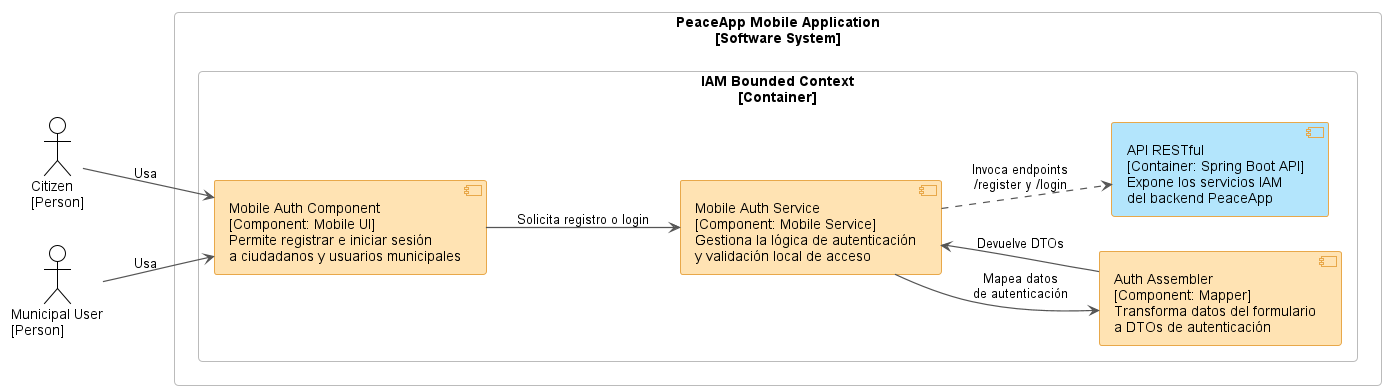
This is assets/component-mobileapp-iam.png from PeaceApp-Emergentes/project-report, a PlantUML export, as it was before one commit. Source of this version:
```plantuml
@startuml component-mobileapp-iam
!theme plain
left to right direction

skinparam backgroundColor #FFFFFF
skinparam shadowing false
skinparam defaultFontName Arial
skinparam ArrowColor #555555
skinparam ArrowThickness 1.2

skinparam rectangle {
  BorderColor #BBBBBB
  BackgroundColor #FFFFFF
  FontColor #000000
  RoundCorner 8
}

skinparam component {
  BorderColor #E8A84A
  BackgroundColor #FFE3B3
  FontColor #000000
}

actor "Citizen\n[Person]" as Citizen
actor "Municipal User\n[Person]" as MunicipalUser

rectangle "PeaceApp Mobile Application\n[Software System]" as MobileSystem {

  rectangle "IAM Bounded Context\n[Container]" as IAMContext {

    component "Mobile Auth Component\n[Component: Mobile UI]\nPermite registrar e iniciar sesión\na ciudadanos y usuarios municipales" as MobileAuthComponent

    component "Mobile Auth Service\n[Component: Mobile Service]\nGestiona la lógica de autenticación\ny validación local de acceso" as MobileAuthService

    component "Auth Assembler\n[Component: Mapper]\nTransforma datos del formulario\na DTOs de autenticación" as AuthAssembler

    component "API RESTful\n[Container: Spring Boot API]\nExpone los servicios IAM\ndel backend PeaceApp" as ApiRest #B3E5FC
  }
}

Citizen --> MobileAuthComponent : Usa
MunicipalUser --> MobileAuthComponent : Usa

MobileAuthComponent --> MobileAuthService : Solicita registro o login
MobileAuthService --> AuthAssembler : Mapea datos\nde autenticación
AuthAssembler --> MobileAuthService : Devuelve DTOs
MobileAuthService ..> ApiRest : Invoca endpoints\n/register y /login

@enduml
```
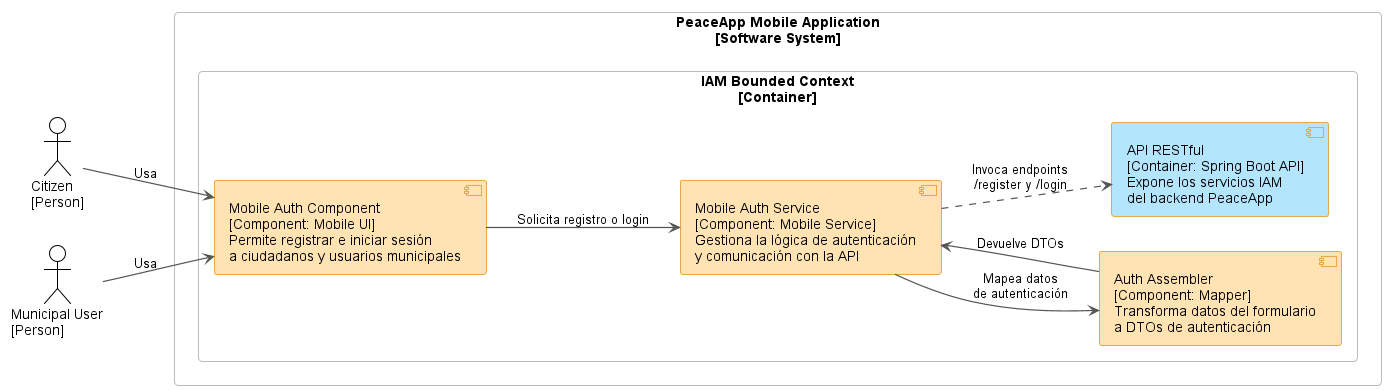
Later version of the same file.

What changed in the source:
```diff
@@ -30,7 +30,7 @@
 
     component "Mobile Auth Component\n[Component: Mobile UI]\nPermite registrar e iniciar sesión\na ciudadanos y usuarios municipales" as MobileAuthComponent
 
-    component "Mobile Auth Service\n[Component: Mobile Service]\nGestiona la lógica de autenticación\ny validación local de acceso" as MobileAuthService
+    component "Mobile Auth Service\n[Component: Mobile Service]\nGestiona la lógica de autenticación\ny comunicación con la API" as MobileAuthService
 
     component "Auth Assembler\n[Component: Mapper]\nTransforma datos del formulario\na DTOs de autenticación" as AuthAssembler
 
```
